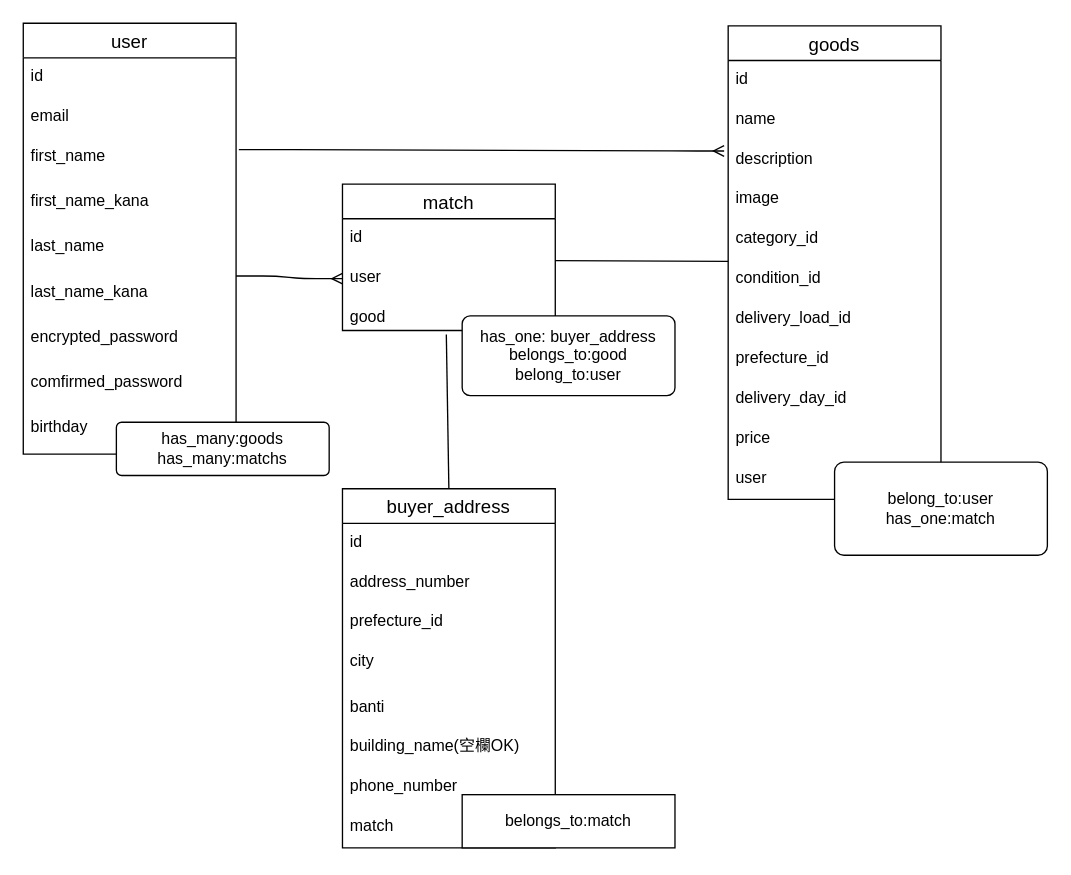
harukicode0/furima-38090 keeps this draw.io diagram as ER .dio. Above is the earlier version. Source tidied: cells renumbered, new cells numbered last; positions are measured from the earlier drawing's top-left corner, leaving out a move shared by most shapes. Both pictures are drawn from the tidied source at 133%, with x=0, y=0 at pixel (23, 23).
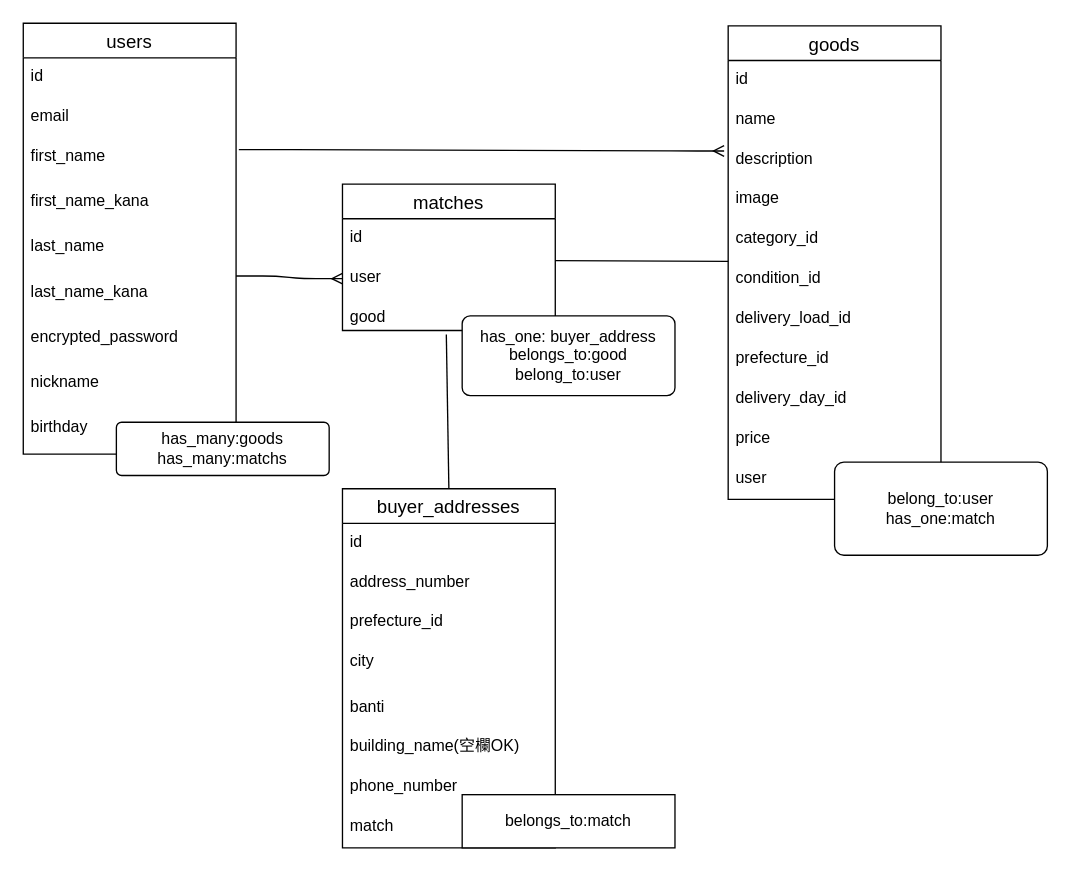
After the change.

The edit, as a diff of the source:
```diff
@@
-    <mxCell id="2" value="user" style="swimlane;fontStyle=0;horizontal=1;startSize=26;align=center;fontSize=14;swimlaneLine=1;" parent="1" vertex="1">
+    <mxCell id="2" value="users" style="swimlane;fontStyle=0;horizontal=1;startSize=26;align=center;fontSize=14;swimlaneLine=1;" parent="1" vertex="1">
       <mxGeometry width="160" height="324" as="geometry" />
     </mxCell>
@@
-    <mxCell id="10" value="comfirmed_password" style="text;strokeColor=none;fillColor=none;spacingLeft=4;spacingRight=4;overflow=hidden;fontSize=12;" parent="2" vertex="1">
+    <mxCell id="10" value="nickname" style="text;strokeColor=none;fillColor=none;spacingLeft=4;spacingRight=4;overflow=hidden;fontSize=12;" parent="2" vertex="1">
       <mxGeometry y="256" width="160" height="34" as="geometry" />
     </mxCell>
@@
-    <mxCell id="24" value="match" style="swimlane;fontStyle=0;horizontal=1;startSize=26;align=center;fontSize=14;" parent="1" vertex="1">
+    <mxCell id="24" value="matches" style="swimlane;fontStyle=0;horizontal=1;startSize=26;align=center;fontSize=14;" parent="1" vertex="1">
       <mxGeometry x="240" y="121" width="160" height="110" as="geometry" />
     </mxCell>
@@
-    <mxCell id="28" value="buyer_address" style="swimlane;fontStyle=0;horizontal=1;startSize=26;align=center;fontSize=14;" parent="1" vertex="1">
+    <mxCell id="28" value="buyer_addresses" style="swimlane;fontStyle=0;horizontal=1;startSize=26;align=center;fontSize=14;" parent="1" vertex="1">
       <mxGeometry x="240" y="350" width="160" height="270" as="geometry" />
     </mxCell>
```
